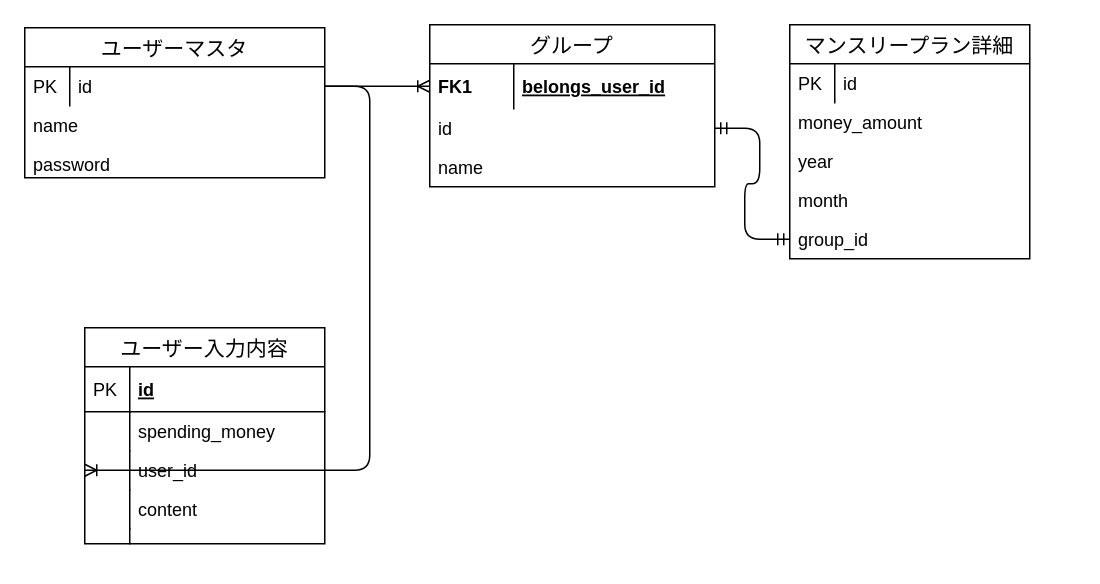
Earlier version of the draw.io diagram database.drawio (y-ohara8814/money_counter). Source tidied: cells renumbered, new cells numbered last; positions are measured from the earlier drawing's top-left corner, leaving out a move shared by most shapes. Both pictures are drawn from the tidied source at 150%, with x=0, y=0 at pixel (24, 24).
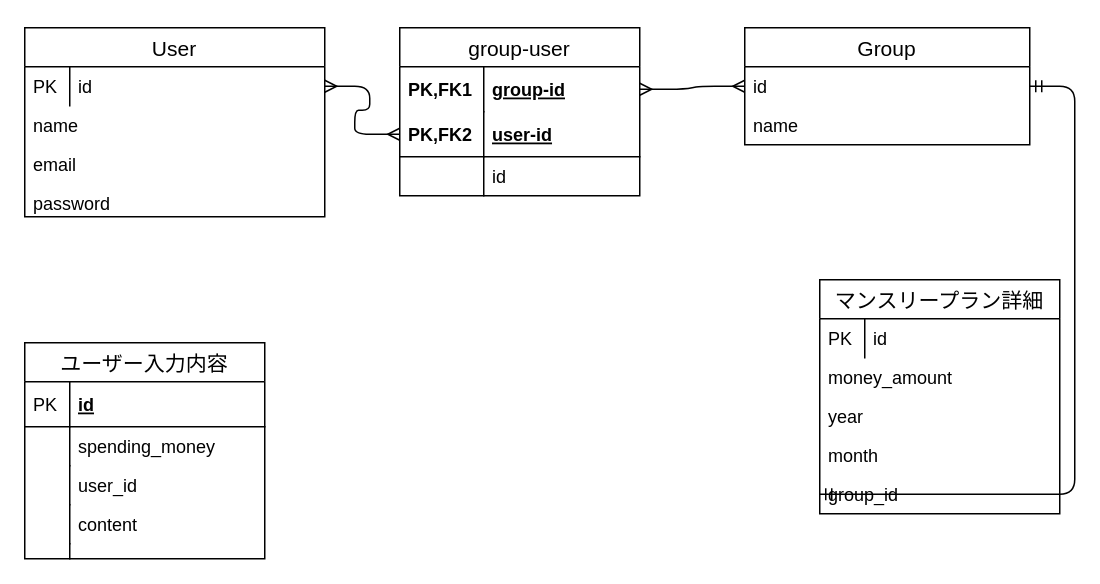
The same page after the edit.

Unchanged cells that the change refers to:
```xml
<mxCell id="3" value="id" style="shape=partialRectangle;top=0;left=0;right=0;bottom=0;align=left;verticalAlign=top;fillColor=none;spacingLeft=34;spacingRight=4;overflow=hidden;points=[[0,0.5],[1,0.5]];portConstraint=eastwest;fontSize=12;" parent="2" vertex="1">
  <mxGeometry y="26" width="200" height="26" as="geometry" />
</mxCell>
<mxCell id="14" value="group_id" style="text;strokeColor=none;fillColor=none;spacingLeft=4;spacingRight=4;overflow=hidden;points=[[0,0.5],[1,0.5]];portConstraint=eastwest;fontSize=12;" parent="8" vertex="1">
  <mxGeometry y="130" width="160" height="26" as="geometry" />
</mxCell>
<mxCell id="21" value="user_id" style="shape=partialRectangle;top=0;left=0;right=0;bottom=0;align=left;verticalAlign=top;fillColor=none;spacingLeft=34;spacingRight=4;overflow=hidden;points=[[0,0.5],[1,0.5]];portConstraint=eastwest;fontSize=12;" parent="16" vertex="1">
  <mxGeometry y="82" width="160" height="26" as="geometry" />
</mxCell>
```

What changed in the source:
```diff
@@
-    <mxCell id="2" value="ユーザーマスタ" style="swimlane;fontStyle=0;horizontal=1;startSize=26;align=center;fontSize=14;" parent="1" vertex="1">
-      <mxGeometry y="2" width="200" height="100" as="geometry" />
+    <mxCell id="2" value="User" style="swimlane;fontStyle=0;horizontal=1;startSize=26;align=center;fontSize=14;" parent="1" vertex="1">
+      <mxGeometry y="2" width="200" height="126" as="geometry" />
     </mxCell>
@@
+    <mxCell id="33" value="email&#10;" style="text;strokeColor=none;fillColor=none;spacingLeft=4;spacingRight=4;overflow=hidden;fontSize=12;" parent="2" vertex="1">
+      <mxGeometry y="78" width="200" height="26" as="geometry" />
+    </mxCell>
     <mxCell id="6" value="password" style="text;strokeColor=none;fillColor=none;spacingLeft=4;spacingRight=4;overflow=hidden;fontSize=12;" parent="2" vertex="1">
-      <mxGeometry y="78" width="200" height="22" as="geometry" />
+      <mxGeometry y="104" width="200" height="22" as="geometry" />
     </mxCell>
-    <mxCell id="7" style="edgeStyle=entityRelationEdgeStyle;fontSize=12;html=1;endArrow=ERoneToMany;exitX=1;exitY=0.5;exitDx=0;exitDy=0;entryX=0;entryY=0.5;entryDx=0;entryDy=0;" parent="1" edge="1" source="3" target="29">
-      <mxGeometry relative="1" as="geometry" />
-    </mxCell>
+    <mxCell id="15" style="edgeStyle=entityRelationEdgeStyle;fontSize=12;html=1;endArrow=ERmandOne;startArrow=ERmandOne;exitX=1;exitY=0.5;exitDx=0;exitDy=0;entryX=0;entryY=0.5;entryDx=0;entryDy=0;" parent="1" edge="1" target="14">
+      <mxGeometry relative="1" as="geometry">
+        <mxPoint x="670" y="41" as="sourcePoint" />
+      </mxGeometry>
+    </mxCell>
     <mxCell id="8" value="マンスリープラン詳細" style="swimlane;fontStyle=0;horizontal=1;startSize=26;align=center;fontSize=14;" parent="1" vertex="1">
-      <mxGeometry x="510" width="160" height="156" as="geometry" />
+      <mxGeometry x="530" y="170" width="160" height="156" as="geometry" />
     </mxCell>
@@
-    <mxCell id="15" style="edgeStyle=entityRelationEdgeStyle;fontSize=12;html=1;endArrow=ERmandOne;startArrow=ERmandOne;exitX=1;exitY=0.5;exitDx=0;exitDy=0;entryX=0;entryY=0.5;entryDx=0;entryDy=0;" parent="1" edge="1" source="31" target="14">
-      <mxGeometry relative="1" as="geometry" />
-    </mxCell>
     <mxCell id="16" value="ユーザー入力内容" style="swimlane;fontStyle=0;horizontal=1;startSize=26;align=center;fontSize=14;" parent="1" vertex="1">
-      <mxGeometry x="40" y="202" width="160" height="144" as="geometry" />
+      <mxGeometry y="212" width="160" height="144" as="geometry" />
     </mxCell>
@@
-    <mxCell id="27" style="edgeStyle=entityRelationEdgeStyle;fontSize=12;html=1;endArrow=ERoneToMany;entryX=0;entryY=0.5;entryDx=0;entryDy=0;" parent="1" edge="1" source="3" target="21">
-      <mxGeometry relative="1" as="geometry" />
-    </mxCell>
+    <mxCell id="34" value="group-user" style="swimlane;fontStyle=0;horizontal=1;startSize=26;align=center;fontSize=14;" parent="1" vertex="1">
+      <mxGeometry x="250" y="2" width="160" height="112" as="geometry" />
+    </mxCell>
+    <mxCell id="35" value="group-id" style="shape=partialRectangle;top=0;left=0;right=0;bottom=0;align=left;verticalAlign=middle;fillColor=none;spacingLeft=60;spacingRight=4;overflow=hidden;points=[[0,0.5],[1,0.5]];portConstraint=eastwest;fontStyle=5;fontSize=12;" parent="34" vertex="1">
+      <mxGeometry y="26" width="160" height="30" as="geometry" />
+    </mxCell>
+    <mxCell id="36" value="PK,FK1" style="shape=partialRectangle;fontStyle=1;top=0;left=0;bottom=0;fillColor=none;align=left;verticalAlign=middle;spacingLeft=4;spacingRight=4;overflow=hidden;fontSize=12;" parent="35" vertex="1">
+      <mxGeometry width="56" height="30" as="geometry" />
+    </mxCell>
+    <mxCell id="37" value="user-id" style="shape=partialRectangle;top=0;left=0;right=0;bottom=1;align=left;verticalAlign=middle;fillColor=none;spacingLeft=60;spacingRight=4;overflow=hidden;points=[[0,0.5],[1,0.5]];portConstraint=eastwest;fontStyle=5;fontSize=12;" parent="34" vertex="1">
+      <mxGeometry y="56" width="160" height="30" as="geometry" />
+    </mxCell>
+    <mxCell id="38" value="PK,FK2" style="shape=partialRectangle;fontStyle=1;top=0;left=0;bottom=0;fillColor=none;align=left;verticalAlign=middle;spacingLeft=4;spacingRight=4;overflow=hidden;fontSize=12;" parent="37" vertex="1">
+      <mxGeometry width="56" height="30" as="geometry" />
+    </mxCell>
+    <mxCell id="39" value="id" style="shape=partialRectangle;top=0;left=0;right=0;bottom=0;align=left;verticalAlign=top;fillColor=none;spacingLeft=60;spacingRight=4;overflow=hidden;fontSize=12;" parent="34" vertex="1">
+      <mxGeometry y="86" width="160" height="26" as="geometry" />
+    </mxCell>
+    <mxCell id="40" style="shape=partialRectangle;top=0;left=0;bottom=0;fillColor=none;align=left;verticalAlign=top;spacingLeft=4;spacingRight=4;overflow=hidden;fontSize=12;" parent="39" vertex="1">
+      <mxGeometry width="56" height="26" as="geometry" />
+    </mxCell>
+    <mxCell id="41" style="edgeStyle=entityRelationEdgeStyle;fontSize=12;html=1;endArrow=ERmany;startArrow=ERmany;exitX=1;exitY=0.5;exitDx=0;exitDy=0;entryX=0;entryY=0.5;entryDx=0;entryDy=0;" parent="1" edge="1" source="3" target="37">
+      <mxGeometry relative="1" as="geometry" />
+    </mxCell>
+    <mxCell id="42" style="edgeStyle=entityRelationEdgeStyle;fontSize=12;html=1;endArrow=ERmany;startArrow=ERmany;exitX=1;exitY=0.5;exitDx=0;exitDy=0;entryX=0;entryY=0.5;entryDx=0;entryDy=0;" parent="1" edge="1" source="35">
+      <mxGeometry relative="1" as="geometry">
+        <mxPoint x="480" y="41" as="targetPoint" />
+      </mxGeometry>
+    </mxCell>
-    <mxCell id="28" value="グループ" style="swimlane;fontStyle=0;horizontal=1;startSize=26;align=center;fontSize=14;" parent="1" vertex="1">
-      <mxGeometry x="270" width="190" height="108" as="geometry" />
+    <mxCell id="28" value="Group" style="swimlane;fontStyle=0;horizontal=1;startSize=26;align=center;fontSize=14;" parent="1" vertex="1">
+      <mxGeometry x="480" y="2" width="190" height="78" as="geometry" />
     </mxCell>
-    <mxCell id="29" value="belongs_user_id" style="shape=partialRectangle;top=0;left=0;right=0;bottom=0;align=left;verticalAlign=middle;fillColor=none;spacingLeft=60;spacingRight=4;overflow=hidden;points=[[0,0.5],[1,0.5]];portConstraint=eastwest;fontStyle=5;fontSize=12;" parent="28" vertex="1">
-      <mxGeometry y="26" width="190" height="30" as="geometry" />
-    </mxCell>
-    <mxCell id="30" value="FK1" style="shape=partialRectangle;fontStyle=1;top=0;left=0;bottom=0;fillColor=none;align=left;verticalAlign=middle;spacingLeft=4;spacingRight=4;overflow=hidden;fontSize=12;" parent="29" vertex="1">
-      <mxGeometry width="56" height="30" as="geometry" />
-    </mxCell>
     <mxCell id="31" value="id" style="text;strokeColor=none;fillColor=none;spacingLeft=4;spacingRight=4;overflow=hidden;points=[[0,0.5],[1,0.5]];portConstraint=eastwest;fontSize=12;" parent="28" vertex="1">
-      <mxGeometry y="56" width="190" height="26" as="geometry" />
+      <mxGeometry y="26" width="190" height="26" as="geometry" />
     </mxCell>
     <mxCell id="32" value="name" style="text;strokeColor=none;fillColor=none;spacingLeft=4;spacingRight=4;overflow=hidden;fontSize=12;" parent="28" vertex="1">
-      <mxGeometry y="82" width="190" height="26" as="geometry" />
+      <mxGeometry y="52" width="190" height="26" as="geometry" />
     </mxCell>
```
